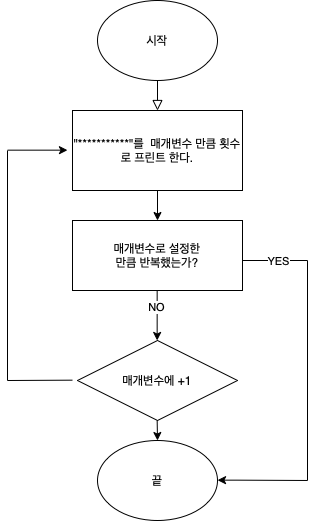
This is drawIcecream.png from yagom-academy/swift-starter-Round1, a draw.io export, as it was before one commit. Source tidied: cells renumbered, new cells last; positions are measured from the earlier drawing's top-left corner, leaving out a move shared by most shapes.
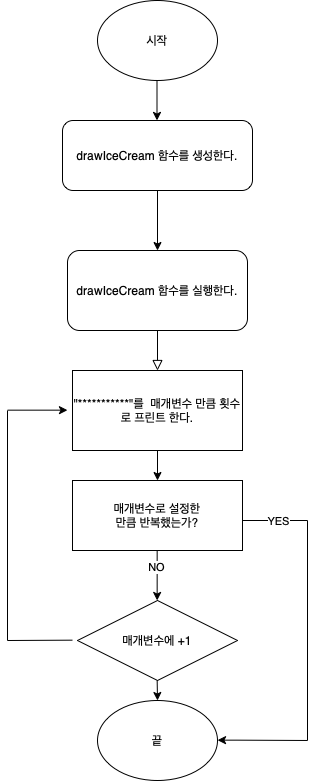
Later version of the same file.

Change to the diagram source:
```diff
@@ -4,12 +4,12 @@
     <mxCell id="1" parent="0" />
     <mxCell id="2" style="rounded=0;html=1;jettySize=auto;orthogonalLoop=1;fontSize=11;endArrow=block;endFill=0;endSize=8;strokeWidth=1;shadow=0;labelBackgroundColor=none;edgeStyle=orthogonalEdgeStyle;" parent="1" edge="1">
       <mxGeometry relative="1" as="geometry">
-        <mxPoint x="150" y="60" as="sourcePoint" />
+        <mxPoint x="150" y="70" as="sourcePoint" />
         <mxPoint x="150" y="110" as="targetPoint" />
       </mxGeometry>
     </mxCell>
     <mxCell id="3" value="시작" style="ellipse;whiteSpace=wrap;html=1;" parent="1" vertex="1">
-      <mxGeometry x="90" width="120" height="80" as="geometry" />
+      <mxGeometry x="90" y="-260" width="120" height="80" as="geometry" />
     </mxCell>
     <mxCell id="4" style="edgeStyle=orthogonalEdgeStyle;rounded=0;jettySize=auto;html=1;" parent="1" edge="1" source="5">
       <mxGeometry relative="1" as="geometry">
@@ -91,5 +91,22 @@
         </Array>
       </mxGeometry>
     </mxCell>
+    <mxCell id="19" style="endArrow=classic;html=1;rounded=0;" parent="1" edge="1">
+      <mxGeometry relative="1" as="geometry">
+        <mxPoint x="149.5" y="-180" as="sourcePoint" />
+        <mxPoint x="149.5" y="-140" as="targetPoint" />
+      </mxGeometry>
+    </mxCell>
+    <mxCell id="20" style="edgeStyle=orthogonalEdgeStyle;rounded=0;jettySize=auto;html=1;" parent="1" edge="1" source="21">
+      <mxGeometry relative="1" as="geometry">
+        <mxPoint x="150" y="-10" as="targetPoint" />
+      </mxGeometry>
+    </mxCell>
+    <mxCell id="21" value="drawIceCream 함수를 생성한다." style="rounded=1;whiteSpace=wrap;html=1;" parent="1" vertex="1">
+      <mxGeometry x="55" y="-140" width="190" height="70" as="geometry" />
+    </mxCell>
+    <mxCell id="22" value="drawIceCream 함수를 실행한다." style="rounded=1;whiteSpace=wrap;html=1;" parent="1" vertex="1">
+      <mxGeometry x="60" y="-10" width="180" height="80" as="geometry" />
+    </mxCell>
   </root>
 </mxGraphModel>
```
